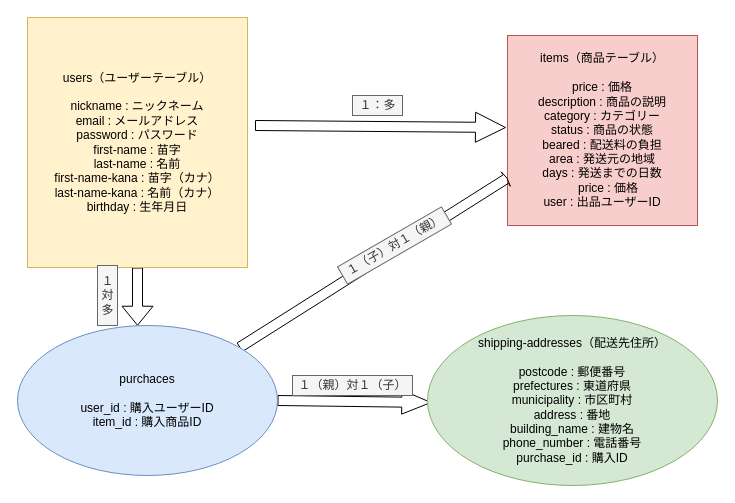
Before: erfigure.drawio in Toshi0619/furima-29092, a draw.io diagram. Source tidied: cells renumbered, new cells numbered last; positions are measured from the earlier drawing's top-left corner, leaving out a move shared by most shapes. Both pictures are drawn from the tidied source at 100%, with x=0, y=0 at pixel (17, 17).
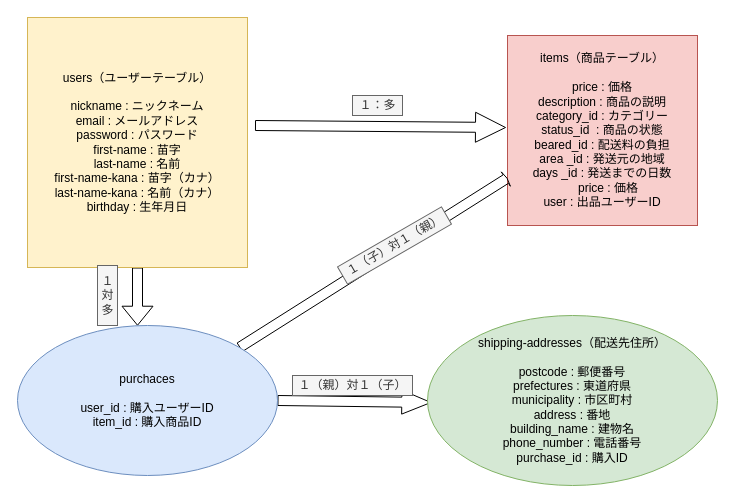
After the change.

Commit message (it also covers changes not shown here):
active_hash管理カラムの修正

Change to the diagram source:
```diff
@@
 <mxGraphModel>
   <root>
     <mxCell id="0" />
     <mxCell id="1" parent="0" />
     <mxCell id="2" style="edgeStyle=orthogonalEdgeStyle;shape=arrow;rounded=0;orthogonalLoop=1;jettySize=auto;html=1;" parent="1" edge="1">
       <mxGeometry relative="1" as="geometry">
         <mxPoint x="238" y="108" as="sourcePoint" />
         <mxPoint x="488" y="110" as="targetPoint" />
       </mxGeometry>
     </mxCell>
     <mxCell id="3" style="edgeStyle=orthogonalEdgeStyle;shape=flexArrow;rounded=0;jumpSize=13;jettySize=auto;html=1;fontColor=#000000;" parent="1" edge="1" source="4" target="8">
       <mxGeometry relative="1" as="geometry">
         <Array as="points">
           <mxPoint x="120" y="328" />
           <mxPoint x="120" y="328" />
         </Array>
       </mxGeometry>
     </mxCell>
     <mxCell id="4" value="users（ユーザーテーブル）&lt;br&gt;&lt;br&gt;nickname : ニックネーム&lt;br&gt;email : メールアドレス&lt;br&gt;password : パスワード&lt;br&gt;first-name : 苗字&lt;br&gt;last-name : 名前&lt;br&gt;first-name-kana : 苗字（カナ）&lt;br&gt;last-name-kana : 名前（カナ）&lt;br&gt;birthday : 生年月日" style="whiteSpace=wrap;html=1;fillColor=#fff2cc;strokeColor=#d6b656;fontColor=#000000;" parent="1" vertex="1">
       <mxGeometry x="10" width="220" height="250" as="geometry" />
     </mxCell>
-    <mxCell id="5" value="items（商品テーブル）&lt;br&gt;&lt;br&gt;price : 価格&lt;br&gt;description : 商品の説明&lt;br&gt;category : カテゴリー&lt;br&gt;status : 商品の状態&lt;br&gt;beared : 配送料の負担&lt;br&gt;area : 発送元の地域&lt;br&gt;days : 発送までの日数&lt;br&gt;　price : 価格&lt;br&gt;user : 出品ユーザーID" style="whiteSpace=wrap;html=1;fillColor=#f8cecc;strokeColor=#b85450;fontColor=#000000;" parent="1" vertex="1">
+    <mxCell id="5" value="items（商品テーブル）&lt;br&gt;&lt;br&gt;price : 価格&lt;br&gt;description : 商品の説明&lt;br&gt;category_id : カテゴリー&lt;br&gt;status_id&amp;nbsp;&amp;nbsp;: 商品の状態&lt;br&gt;beared_id&amp;nbsp;: 配送料の負担&lt;br&gt;area _id : 発送元の地域&lt;br&gt;days _id : 発送までの日数&lt;br&gt;　price : 価格&lt;br&gt;user : 出品ユーザーID" style="whiteSpace=wrap;html=1;fillColor=#f8cecc;strokeColor=#b85450;fontColor=#000000;" parent="1" vertex="1">
       <mxGeometry x="490" y="18" width="190" height="190" as="geometry" />
     </mxCell>
     <mxCell id="6" style="edgeStyle=none;shape=flexArrow;rounded=0;jumpSize=13;jettySize=auto;html=1;exitX=1;exitY=0;exitDx=0;exitDy=0;entryX=0;entryY=0.75;entryDx=0;entryDy=0;fontColor=#000000;endWidth=6;endSize=0.16;" parent="1" edge="1" source="8" target="5">
       <mxGeometry relative="1" as="geometry" />
     </mxCell>
     <mxCell id="7" style="edgeStyle=none;shape=flexArrow;rounded=0;jumpSize=13;jettySize=auto;html=1;entryX=-0.014;entryY=0.544;entryDx=0;entryDy=0;entryPerimeter=0;fontColor=#000000;endWidth=13;endSize=9.37;exitX=1;exitY=0.5;exitDx=0;exitDy=0;" parent="1" edge="1" source="8">
       <mxGeometry relative="1" as="geometry">
         <mxPoint x="413.9" y="385" as="targetPoint" />
       </mxGeometry>
     </mxCell>
     <mxCell id="8" value="purchaces&lt;br&gt;&lt;br&gt;user_id : 購入ユーザーID&lt;br&gt;item_id : 購入商品ID" style="ellipse;whiteSpace=wrap;html=1;fillColor=#dae8fc;strokeColor=#6c8ebf;fontColor=#000000;" parent="1" vertex="1">
       <mxGeometry y="308" width="260" height="150" as="geometry" />
     </mxCell>
     <mxCell id="9" value="shipping-addresses（配送先住所）&lt;br&gt;&lt;br&gt;postcode : 郵便番号&lt;br&gt;prefectures : 東道府県&lt;br&gt;municipality : 市区町村&lt;br&gt;address : 番地&lt;br&gt;building_name : 建物名&lt;br&gt;phone_number : 電話番号&lt;br&gt;purchase_id : 購入ID" style="ellipse;whiteSpace=wrap;html=1;fillColor=#d5e8d4;strokeColor=#82b366;fontColor=#000000;" parent="1" vertex="1">
       <mxGeometry x="410" y="298" width="290" height="170" as="geometry" />
     </mxCell>
     <mxCell id="10" value="１：多" style="text;html=1;align=center;verticalAlign=middle;fillColor=#f5f5f5;strokeColor=#666666;rounded=0;fontColor=#333333;" parent="1" vertex="1">
       <mxGeometry x="335" y="78" width="50" height="20" as="geometry" />
     </mxCell>
     <mxCell id="11" value="１（子）対１（親）" style="text;html=1;align=center;verticalAlign=middle;fillColor=#f5f5f5;strokeColor=#666666;rounded=0;fontColor=#333333;rotation=-30;" parent="1" vertex="1">
       <mxGeometry x="317" y="218" width="120" height="20" as="geometry" />
     </mxCell>
     <mxCell id="12" value="１（親）対１（子）" style="text;html=1;align=center;verticalAlign=middle;fillColor=#f5f5f5;strokeColor=#666666;rounded=0;fontColor=#333333;" parent="1" vertex="1">
       <mxGeometry x="275" y="358" width="120" height="20" as="geometry" />
     </mxCell>
     <mxCell id="13" value="１&lt;br&gt;対&lt;br&gt;多" style="text;html=1;align=center;verticalAlign=middle;fillColor=#f5f5f5;strokeColor=#666666;rounded=0;fontColor=#333333;rotation=90;horizontal=0;" parent="1" vertex="1">
       <mxGeometry x="60" y="268" width="60" height="20" as="geometry" />
     </mxCell>
   </root>
 </mxGraphModel>
```
